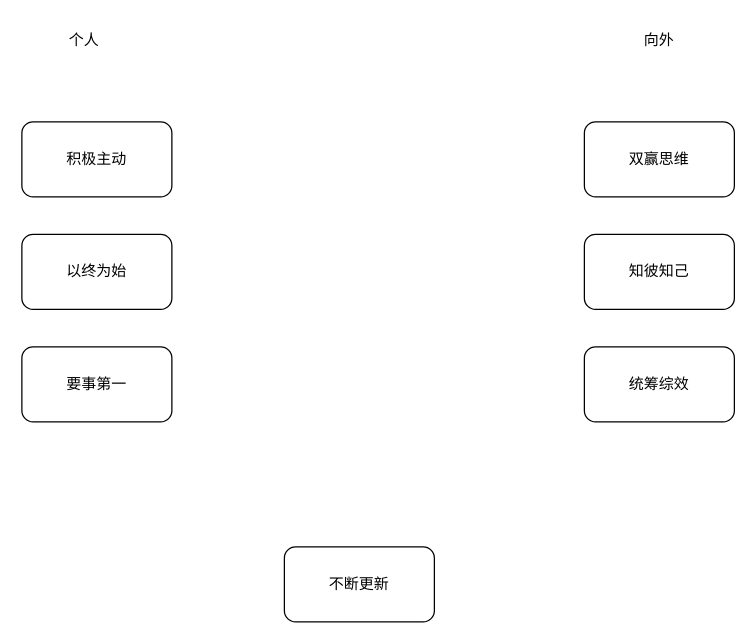
huangguojun00/drawio_picture keeps this draw.io diagram as store/高效能人士.drawio. Above is the earlier version. Source tidied: cells renumbered, new cells numbered last; positions are measured from the earlier drawing's top-left corner, leaving out a move shared by most shapes. Both pictures are drawn from the tidied source at 125%, with x=0, y=0 at pixel (21, 21).
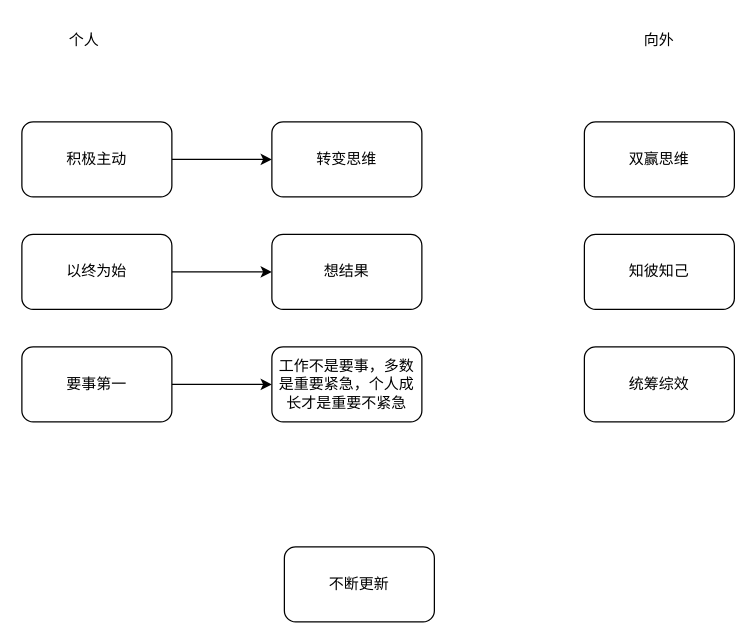
After the change.

Commit message (it also covers changes not shown here):
更新高效能人士.drawio

What changed in the source:
```diff
@@
 <mxGraphModel>
   <root>
     <mxCell id="0" />
     <mxCell id="1" parent="0" />
+    <mxCell id="11" style="edgeStyle=orthogonalEdgeStyle;rounded=0;jettySize=auto;html=1;" parent="1" edge="1" source="2" target="14">
+      <mxGeometry relative="1" as="geometry" />
+    </mxCell>
     <mxCell id="2" value="积极主动" style="rounded=1;whiteSpace=wrap;html=1;" parent="1" vertex="1">
       <mxGeometry y="80" width="120" height="60" as="geometry" />
     </mxCell>
+    <mxCell id="12" style="edgeStyle=orthogonalEdgeStyle;rounded=0;jettySize=auto;html=1;" parent="1" edge="1" source="3" target="15">
+      <mxGeometry relative="1" as="geometry" />
+    </mxCell>
     <mxCell id="3" value="以终为始" style="rounded=1;whiteSpace=wrap;html=1;" parent="1" vertex="1">
       <mxGeometry y="170" width="120" height="60" as="geometry" />
     </mxCell>
+    <mxCell id="13" style="edgeStyle=orthogonalEdgeStyle;rounded=0;jettySize=auto;html=1;" parent="1" edge="1" source="4" target="16">
+      <mxGeometry relative="1" as="geometry" />
+    </mxCell>
     <mxCell id="4" value="要事第一" style="rounded=1;whiteSpace=wrap;html=1;" parent="1" vertex="1">
       <mxGeometry y="260" width="120" height="60" as="geometry" />
     </mxCell>
     <mxCell id="5" value="个人" style="text;html=1;whiteSpace=wrap;strokeColor=none;fillColor=none;align=center;verticalAlign=middle;rounded=0;" parent="1" vertex="1">
       <mxGeometry x="20" width="60" height="30" as="geometry" />
     </mxCell>
     <mxCell id="6" value="向外" style="text;html=1;whiteSpace=wrap;strokeColor=none;fillColor=none;align=center;verticalAlign=middle;rounded=0;" parent="1" vertex="1">
       <mxGeometry x="480" width="60" height="30" as="geometry" />
     </mxCell>
     <mxCell id="7" value="双赢思维" style="rounded=1;whiteSpace=wrap;html=1;" parent="1" vertex="1">
       <mxGeometry x="450" y="80" width="120" height="60" as="geometry" />
     </mxCell>
     <mxCell id="8" value="知彼知己" style="rounded=1;whiteSpace=wrap;html=1;" parent="1" vertex="1">
       <mxGeometry x="450" y="170" width="120" height="60" as="geometry" />
     </mxCell>
     <mxCell id="9" value="统筹综效" style="rounded=1;whiteSpace=wrap;html=1;" parent="1" vertex="1">
       <mxGeometry x="450" y="260" width="120" height="60" as="geometry" />
     </mxCell>
     <mxCell id="10" value="不断更新" style="rounded=1;whiteSpace=wrap;html=1;" parent="1" vertex="1">
       <mxGeometry x="210" y="420" width="120" height="60" as="geometry" />
     </mxCell>
+    <mxCell id="14" value="转变思维" style="rounded=1;whiteSpace=wrap;html=1;" parent="1" vertex="1">
+      <mxGeometry x="200" y="80" width="120" height="60" as="geometry" />
+    </mxCell>
+    <mxCell id="15" value="想结果" style="rounded=1;whiteSpace=wrap;html=1;" parent="1" vertex="1">
+      <mxGeometry x="200" y="170" width="120" height="60" as="geometry" />
+    </mxCell>
+    <mxCell id="16" value="工作不是要事，多数是重要紧急，个人成长才是重要不紧急" style="rounded=1;whiteSpace=wrap;html=1;" parent="1" vertex="1">
+      <mxGeometry x="200" y="260" width="120" height="60" as="geometry" />
+    </mxCell>
   </root>
 </mxGraphModel>
```
